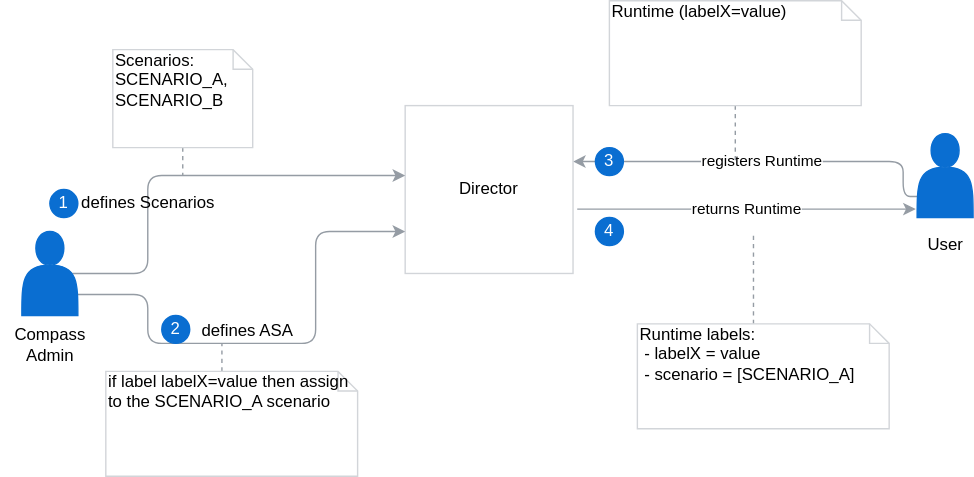
Earlier version of the draw.io export docs/compass/assets/automatic-scenario-assign.svg (kyma-incubator/compass). Source tidied: cells renumbered, new cells last; positions are measured from the earlier drawing's top-left corner, leaving out a move shared by most shapes.
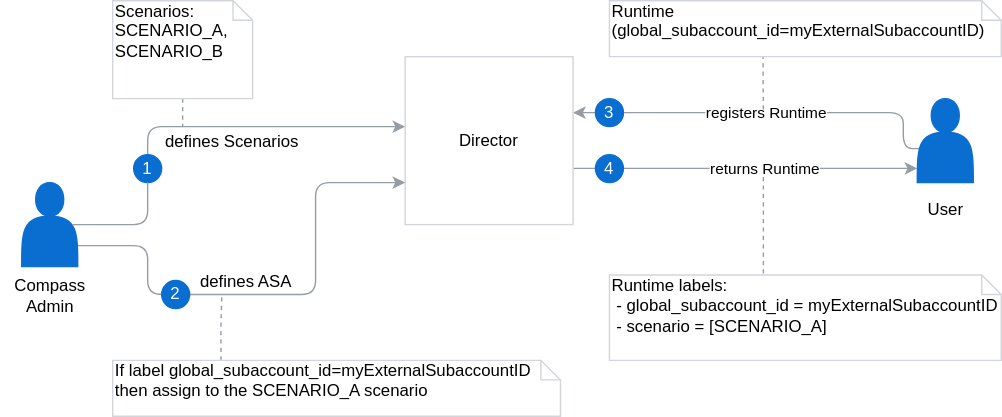
After the commit.

Change to the diagram source:
```diff
@@ -2,33 +2,32 @@
   <root>
     <mxCell id="0" />
     <mxCell id="1" parent="0" />
-    <mxCell id="2" value="registers Runtime" style="edgeStyle=orthogonalEdgeStyle;rounded=1;jettySize=auto;html=1;strokeColor=#959CA4;exitX=0;exitY=0.75;exitDx=0;exitDy=0;" parent="1" edge="1" source="15" target="4">
+    <mxCell id="2" value="registers Runtime" style="edgeStyle=orthogonalEdgeStyle;rounded=1;jettySize=auto;html=1;strokeColor=#959CA4;exitX=0.07;exitY=0.595;exitDx=0;exitDy=0;exitPerimeter=0;" parent="1" edge="1" source="15" target="4">
       <mxGeometry relative="1" as="geometry">
         <Array as="points">
-          <mxPoint x="645" y="140" />
+          <mxPoint x="645" y="141" />
           <mxPoint x="645" y="115" />
         </Array>
       </mxGeometry>
     </mxCell>
-    <mxCell id="3" value="returns Runtime" style="edgeStyle=orthogonalEdgeStyle;rounded=1;jettySize=auto;html=1;startArrow=none;startFill=0;endArrow=classic;endFill=1;strokeColor=#959CA4;entryX=-0.025;entryY=0.9;entryDx=0;entryDy=0;entryPerimeter=0;" parent="1" edge="1" target="15">
-      <mxGeometry relative="1" as="geometry">
-        <mxPoint x="412" y="149" as="sourcePoint" />
+    <mxCell id="3" value="returns Runtime" style="edgeStyle=orthogonalEdgeStyle;rounded=1;jettySize=auto;html=1;startArrow=none;startFill=0;endArrow=classic;endFill=1;strokeColor=#959CA4;exitX=1.001;exitY=0.665;exitDx=0;exitDy=0;exitPerimeter=0;" parent="1" edge="1" source="4" target="15">
+      <mxGeometry x="0.11" relative="1" as="geometry">
+        <Array as="points">
+          <mxPoint x="645" y="155" />
+          <mxPoint x="645" y="155" />
+        </Array>
       </mxGeometry>
     </mxCell>
     <mxCell id="4" value="Director" style="whiteSpace=wrap;html=1;strokeColor=#D2D5D9;" parent="1" vertex="1">
       <mxGeometry x="289" y="75" width="120" height="120" as="geometry" />
     </mxCell>
-    <mxCell id="5" style="edgeStyle=orthogonalEdgeStyle;rounded=1;jettySize=auto;html=1;exitX=0.9;exitY=0.5;exitDx=0;exitDy=0;exitPerimeter=0;strokeColor=#959CA4;" parent="1" edge="1" source="16" target="4">
+    <mxCell id="5" style="edgeStyle=orthogonalEdgeStyle;rounded=1;jettySize=auto;html=1;exitX=0.9;exitY=0.5;exitDx=0;exitDy=0;exitPerimeter=0;strokeColor=#959CA4;startArrow=none;" parent="1" edge="1" source="17" target="4">
       <mxGeometry relative="1" as="geometry">
         <Array as="points">
-          <mxPoint x="105" y="195" />
           <mxPoint x="105" y="125" />
         </Array>
       </mxGeometry>
     </mxCell>
-    <mxCell id="6" value="defines Scenarios" style="text;html=1;align=center;verticalAlign=middle;" parent="5" vertex="1">
-      <mxGeometry x="-0.32" y="1" relative="1" as="geometry" />
-    </mxCell>
     <mxCell id="7" style="edgeStyle=orthogonalEdgeStyle;rounded=1;jettySize=auto;html=1;exitX=1;exitY=0.75;exitDx=0;exitDy=0;entryX=0;entryY=0.75;entryDx=0;entryDy=0;strokeColor=#959CA4;" parent="1" edge="1" source="16" target="4">
       <mxGeometry relative="1" as="geometry">
         <Array as="points">
@@ -52,33 +51,30 @@
     <mxCell id="10" value="Scenarios: SCENARIO_A,&lt;br&gt;SCENARIO_B" style="shape=note;whiteSpace=wrap;html=1;size=14;verticalAlign=top;align=left;spacingTop=-6;strokeColor=#D2D5D9;" parent="1" vertex="1">
       <mxGeometry x="80" y="35" width="100" height="70" as="geometry" />
     </mxCell>
-    <mxCell id="11" style="edgeStyle=orthogonalEdgeStyle;rounded=0;jettySize=auto;html=1;exitX=0;exitY=0;exitDx=83;exitDy=0;exitPerimeter=0;dashed=1;startArrow=none;startFill=0;endArrow=none;endFill=0;strokeColor=#959CA4;" parent="1" edge="1" source="12">
+    <mxCell id="11" style="edgeStyle=orthogonalEdgeStyle;rounded=0;jettySize=auto;html=1;exitX=0.242;exitY=0;exitDx=0;exitDy=0;exitPerimeter=0;dashed=1;startArrow=none;startFill=0;endArrow=none;endFill=0;strokeColor=#959CA4;" parent="1" edge="1" source="12">
       <mxGeometry relative="1" as="geometry">
         <mxPoint x="158" y="245" as="targetPoint" />
       </mxGeometry>
     </mxCell>
-    <mxCell id="12" value="if label labelX=value then assign to the SCENARIO_A scenario" style="shape=note;whiteSpace=wrap;html=1;size=14;verticalAlign=top;align=left;spacingTop=-6;strokeColor=#D2D5D9;" parent="1" vertex="1">
-      <mxGeometry x="75" y="265" width="180" height="75" as="geometry" />
+    <mxCell id="12" value="If label global_subaccount_id=myExternalSubaccountID then assign to the SCENARIO_A scenario" style="shape=note;whiteSpace=wrap;html=1;size=14;verticalAlign=top;align=left;spacingTop=-6;strokeColor=#D2D5D9;" parent="1" vertex="1">
+      <mxGeometry x="80" y="292" width="320" height="40" as="geometry" />
     </mxCell>
-    <mxCell id="13" style="edgeStyle=orthogonalEdgeStyle;rounded=0;jettySize=auto;html=1;dashed=1;startArrow=none;startFill=0;endArrow=none;endFill=0;strokeColor=#959CA4;" parent="1" edge="1" source="14">
+    <mxCell id="13" style="edgeStyle=orthogonalEdgeStyle;rounded=0;jettySize=auto;html=1;dashed=1;startArrow=none;startFill=0;endArrow=none;endFill=0;strokeColor=#959CA4;exitX=0.392;exitY=0.967;exitDx=0;exitDy=0;exitPerimeter=0;" parent="1" edge="1" source="14">
       <mxGeometry relative="1" as="geometry">
-        <mxPoint x="525" y="115" as="targetPoint" />
+        <mxPoint x="545" y="115" as="targetPoint" />
       </mxGeometry>
     </mxCell>
-    <mxCell id="14" value="Runtime (labelX=value)" style="shape=note;whiteSpace=wrap;html=1;size=14;verticalAlign=top;align=left;spacingTop=-6;strokeColor=#D2D5D9;" parent="1" vertex="1">
-      <mxGeometry x="435" width="180" height="75" as="geometry" />
+    <mxCell id="14" value="Runtime (global_subaccount_id=myExternalSubaccountID)" style="shape=note;whiteSpace=wrap;html=1;size=14;verticalAlign=top;align=left;spacingTop=-6;strokeColor=#D2D5D9;" parent="1" vertex="1">
+      <mxGeometry x="435" y="35" width="280" height="40" as="geometry" />
     </mxCell>
     <mxCell id="15" style="shape=actor;whiteSpace=wrap;html=1;fillColor=#0A6ED1;strokeColor=#0A6ED1;" parent="1" vertex="1">
-      <mxGeometry x="655" y="95" width="40" height="60" as="geometry" />
+      <mxGeometry x="655" y="105" width="40" height="60" as="geometry" />
     </mxCell>
     <mxCell id="16" style="shape=actor;whiteSpace=wrap;html=1;fillColor=#0A6ED1;strokeColor=#0A6ED1;" parent="1" vertex="1">
       <mxGeometry x="15" y="165" width="40" height="60" as="geometry" />
     </mxCell>
-    <mxCell id="17" value="&lt;font color=&quot;#ffffff&quot;&gt;1&lt;/font&gt;" style="ellipse;whiteSpace=wrap;html=1;strokeColor=#0A6ED1;fillColor=#0A6ED1;" parent="1" vertex="1">
-      <mxGeometry x="35" y="135" width="20" height="20" as="geometry" />
-    </mxCell>
     <mxCell id="18" value="&lt;font color=&quot;#ffffff&quot;&gt;2&lt;/font&gt;" style="ellipse;whiteSpace=wrap;html=1;strokeColor=#0A6ED1;fillColor=#0A6ED1;" parent="1" vertex="1">
-      <mxGeometry x="115" y="225" width="20" height="20" as="geometry" />
+      <mxGeometry x="115" y="235" width="20" height="20" as="geometry" />
     </mxCell>
     <mxCell id="19" value="&lt;font color=&quot;#ffffff&quot;&gt;3&lt;/font&gt;" style="ellipse;whiteSpace=wrap;html=1;strokeColor=#0A6ED1;fillColor=#0A6ED1;" parent="1" vertex="1">
       <mxGeometry x="425" y="105" width="20" height="20" as="geometry" />
@@ -87,18 +83,34 @@
       <mxGeometry y="231" width="70" height="30" as="geometry" />
     </mxCell>
     <mxCell id="21" value="User" style="text;html=1;align=center;verticalAlign=middle;" parent="1" vertex="1">
-      <mxGeometry x="655" y="165" width="40" height="20" as="geometry" />
+      <mxGeometry x="655" y="175" width="40" height="20" as="geometry" />
     </mxCell>
-    <mxCell id="22" style="edgeStyle=orthogonalEdgeStyle;rounded=0;jettySize=auto;html=1;exitX=0;exitY=0;exitDx=83;exitDy=0;exitPerimeter=0;startArrow=none;startFill=0;endArrow=none;endFill=0;strokeColor=#959CA4;dashed=1;" parent="1" edge="1" source="23">
+    <mxCell id="22" style="edgeStyle=orthogonalEdgeStyle;rounded=0;orthogonalLoop=1;jettySize=auto;html=1;startArrow=none;startFill=0;endArrow=none;endFill=0;strokeColor=#959CA4;dashed=1;" parent="1" edge="1">
       <mxGeometry relative="1" as="geometry">
-        <mxPoint x="538" y="165" as="targetPoint" />
+        <mxPoint x="545" y="230" as="sourcePoint" />
+        <mxPoint x="545" y="161" as="targetPoint" />
       </mxGeometry>
     </mxCell>
-    <mxCell id="23" value="Runtime labels:&lt;br&gt;&amp;nbsp;- labelX = value&lt;br&gt;&amp;nbsp;- scenario = [SCENARIO_A]" style="shape=note;whiteSpace=wrap;html=1;size=14;verticalAlign=top;align=left;spacingTop=-6;strokeColor=#D2D5D9;" parent="1" vertex="1">
-      <mxGeometry x="455" y="231" width="180" height="75" as="geometry" />
+    <mxCell id="23" value="Runtime labels:&lt;br&gt;&amp;nbsp;- global_subaccount_id&amp;nbsp;= myExternalSubaccountID&lt;br&gt;&amp;nbsp;- scenario = [SCENARIO_A]" style="shape=note;whiteSpace=wrap;html=1;size=14;verticalAlign=top;align=left;spacingTop=-6;strokeColor=#D2D5D9;" parent="1" vertex="1">
+      <mxGeometry x="435" y="231" width="280" height="61" as="geometry" />
     </mxCell>
     <mxCell id="24" value="&lt;font color=&quot;#ffffff&quot;&gt;4&lt;/font&gt;" style="ellipse;whiteSpace=wrap;html=1;strokeColor=#0A6ED1;fillColor=#0A6ED1;" parent="1" vertex="1">
-      <mxGeometry x="425" y="155" width="20" height="20" as="geometry" />
+      <mxGeometry x="425" y="145" width="20" height="20" as="geometry" />
     </mxCell>
+    <mxCell id="17" value="&lt;font color=&quot;#ffffff&quot;&gt;1&lt;/font&gt;" style="ellipse;whiteSpace=wrap;html=1;strokeColor=#0A6ED1;fillColor=#0A6ED1;" parent="1" vertex="1">
+      <mxGeometry x="95" y="145" width="20" height="20" as="geometry" />
+    </mxCell>
+    <mxCell id="25" style="edgeStyle=orthogonalEdgeStyle;rounded=1;jettySize=auto;html=1;exitX=0.9;exitY=0.5;exitDx=0;exitDy=0;exitPerimeter=0;strokeColor=#959CA4;endArrow=none;" parent="1" edge="1" source="16" target="17">
+      <mxGeometry relative="1" as="geometry">
+        <Array as="points">
+          <mxPoint x="105" y="195" />
+        </Array>
+      </mxGeometry>
+    </mxCell>
+    <mxCell id="6" value="defines Scenarios" style="text;html=1;align=center;verticalAlign=middle;" parent="25" vertex="1">
+      <mxGeometry x="-0.32" y="1" relative="1" as="geometry">
+        <mxPoint x="85" y="-59" as="offset" />
+      </mxGeometry>
+    </mxCell>
   </root>
 </mxGraphModel>
```
